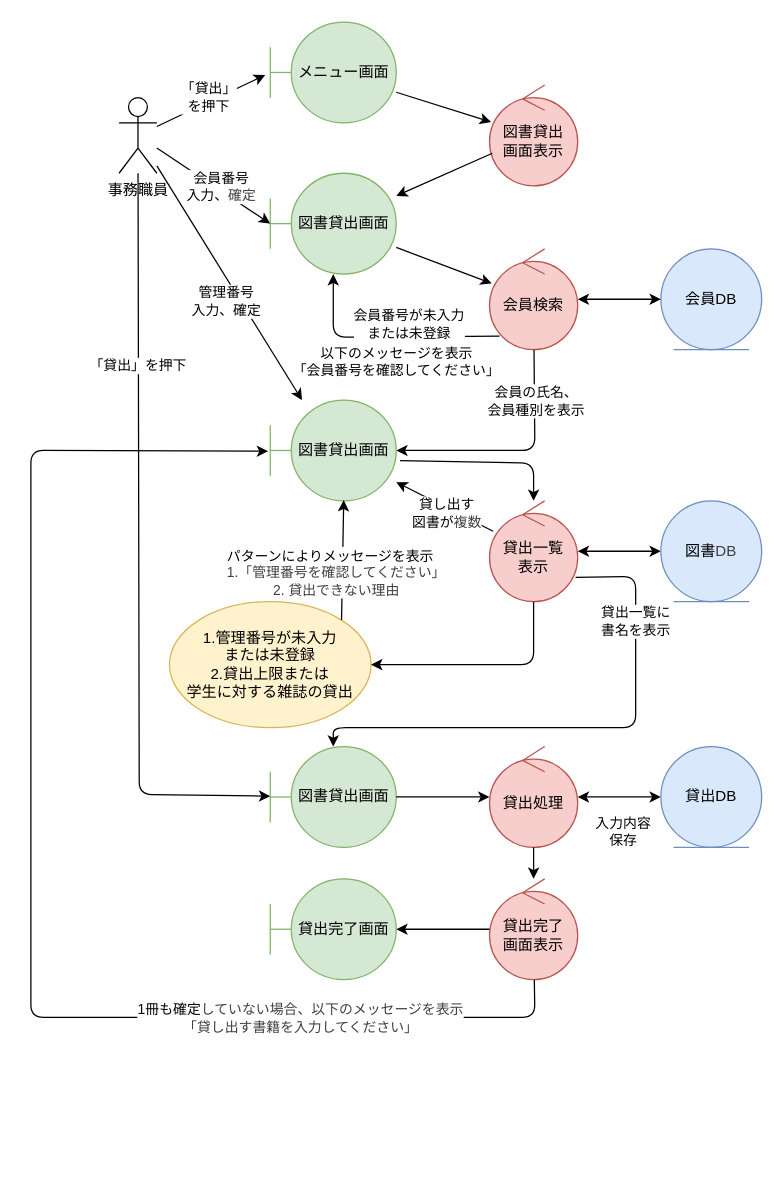
The draw.io diagram kouka2/analysis_rent.drawio in FujikawaHirono0520/group3_1_dogdog, before the edit. Source tidied: cells renumbered, new cells numbered last; positions are measured from the earlier drawing's top-left corner, leaving out a move shared by most shapes. Both pictures are drawn from the tidied source at 126%, with x=0, y=0 at pixel (30, 21).
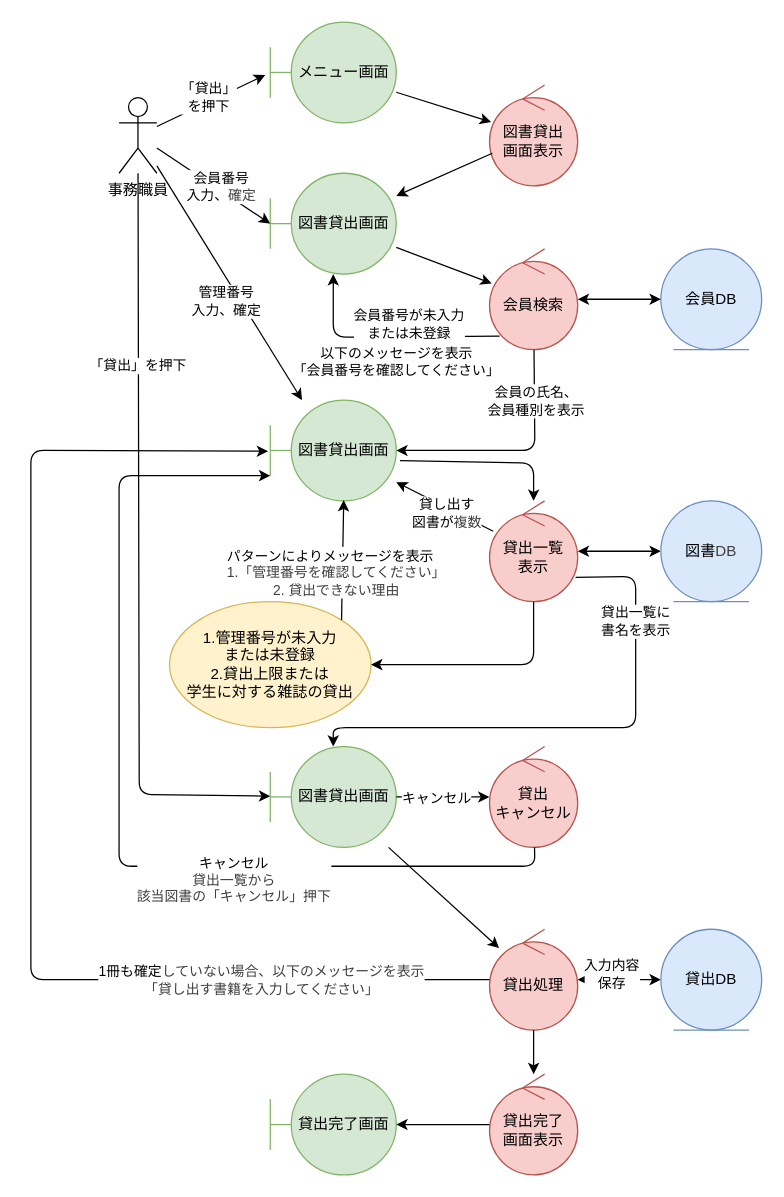
The same page after the edit.

The change refers to these unchanged cells:
```xml
<mxCell id="20" value="図書貸出画面" style="shape=umlBoundary;whiteSpace=wrap;html=1;fillColor=#d5e8d4;strokeColor=#82b366;" parent="1" vertex="1">
  <mxGeometry x="190" y="300" width="100" height="80" as="geometry" />
</mxCell>
<mxCell id="26" value="図書貸出画面" style="shape=umlBoundary;whiteSpace=wrap;html=1;fillColor=#d5e8d4;strokeColor=#82b366;" parent="1" vertex="1">
  <mxGeometry x="190" y="575" width="100" height="80" as="geometry" />
</mxCell>
```

The edit, as a diff of the source:
```diff
@@
     <mxCell id="29" value="貸出処理" style="ellipse;shape=umlControl;whiteSpace=wrap;html=1;fillColor=#f8cecc;strokeColor=#b85450;" parent="1" vertex="1">
-      <mxGeometry x="364" y="575" width="70" height="80" as="geometry" />
+      <mxGeometry x="364" y="720" width="70" height="80" as="geometry" />
     </mxCell>
@@
     <mxCell id="32" value="貸出完了画面" style="shape=umlBoundary;whiteSpace=wrap;html=1;fillColor=#d5e8d4;strokeColor=#82b366;" parent="1" vertex="1">
-      <mxGeometry x="190" y="680" width="100" height="80" as="geometry" />
+      <mxGeometry x="190" y="835" width="100" height="80" as="geometry" />
     </mxCell>
     <mxCell id="33" value="貸出完了&lt;div&gt;画面表示&lt;/div&gt;" style="ellipse;shape=umlControl;whiteSpace=wrap;html=1;fillColor=#f8cecc;strokeColor=#b85450;" parent="1" vertex="1">
-      <mxGeometry x="364" y="680" width="70" height="80" as="geometry" />
+      <mxGeometry x="364" y="835" width="70" height="80" as="geometry" />
     </mxCell>
@@
-    <mxCell id="40" style="endArrow=classic;html=1;entryX=-0.017;entryY=0.508;entryDx=0;entryDy=0;entryPerimeter=0;" parent="1" edge="1" source="33" target="20">
+    <mxCell id="40" style="endArrow=classic;html=1;entryX=-0.017;entryY=0.508;entryDx=0;entryDy=0;entryPerimeter=0;" parent="1" edge="1" source="29" target="20">
       <mxGeometry relative="1" as="geometry">
         <Array as="points">
-          <mxPoint x="400" y="790" />
-          <mxPoint y="790" />
+          <mxPoint x="300" y="760" />
+          <mxPoint y="760" />
           <mxPoint y="340" />
         </Array>
       </mxGeometry>
     </mxCell>
     <mxCell id="41" value="1冊も確定&lt;span style=&quot;color: rgb(63, 63, 63); background-color: light-dark(#ffffff, var(--ge-dark-color, #121212));&quot;&gt;していない場合、以下のメッセージを表示&lt;/span&gt;&lt;div&gt;&lt;span style=&quot;color: rgb(63, 63, 63); background-color: light-dark(#ffffff, var(--ge-dark-color, #121212));&quot;&gt;「貸し出す書籍を入力してください」&lt;/span&gt;&lt;/div&gt;" style="edgeLabel;html=1;align=center;verticalAlign=middle;" parent="40" vertex="1">
       <mxGeometry x="-0.76" y="3" relative="1" as="geometry">
-        <mxPoint x="-89" y="-3" as="offset" />
+        <mxPoint x="-65" y="-3" as="offset" />
       </mxGeometry>
     </mxCell>
     <mxCell id="42" value="&lt;span style=&quot;color: rgb(0, 0, 0);&quot;&gt;入力内容&lt;/span&gt;&lt;div&gt;&lt;span style=&quot;color: rgb(0, 0, 0);&quot;&gt;保存&lt;/span&gt;&lt;/div&gt;" style="edgeLabel;html=1;align=center;verticalAlign=middle;" parent="40" vertex="1">
       <mxGeometry x="-0.96" y="-2" relative="1" as="geometry">
-        <mxPoint x="72" y="-139" as="offset" />
+        <mxPoint x="115" y="-3" as="offset" />
       </mxGeometry>
     </mxCell>
@@
     <mxCell id="48" value="貸出DB" style="ellipse;shape=umlEntity;whiteSpace=wrap;html=1;fillColor=#dae8fc;strokeColor=#6c8ebf;" parent="1" vertex="1">
-      <mxGeometry x="500" y="575" width="80" height="80" as="geometry" />
+      <mxGeometry x="500" y="720" width="80" height="80" as="geometry" />
     </mxCell>
@@
+    <mxCell id="50" value="貸出&lt;div&gt;キャンセル&lt;/div&gt;" style="ellipse;shape=umlControl;whiteSpace=wrap;html=1;fillColor=#f8cecc;strokeColor=#b85450;" parent="1" vertex="1">
+      <mxGeometry x="364" y="575" width="70" height="80" as="geometry" />
+    </mxCell>
+    <mxCell id="51" style="endArrow=classic;html=1;" parent="1" edge="1" source="26" target="50">
+      <mxGeometry relative="1" as="geometry" />
+    </mxCell>
+    <mxCell id="52" value="キャンセル" style="edgeLabel;html=1;align=center;verticalAlign=middle;" parent="51" vertex="1">
+      <mxGeometry x="-0.39" y="4" relative="1" as="geometry">
+        <mxPoint x="8" y="4" as="offset" />
+      </mxGeometry>
+    </mxCell>
+    <mxCell id="53" style="endArrow=classic;html=1;entryX=0;entryY=0.75;entryDx=0;entryDy=0;entryPerimeter=0;" parent="1" edge="1" source="50" target="20">
+      <mxGeometry relative="1" as="geometry">
+        <Array as="points">
+          <mxPoint x="400" y="670" />
+          <mxPoint x="70" y="670" />
+          <mxPoint x="70" y="360" />
+        </Array>
+      </mxGeometry>
+    </mxCell>
+    <mxCell id="54" value="&lt;span style=&quot;color: rgb(0, 0, 0);&quot;&gt;キャンセル&lt;/span&gt;&lt;div style=&quot;color: rgb(63, 63, 63); scrollbar-color: rgb(226, 226, 226) rgb(251, 251, 251);&quot;&gt;貸出一覧から&lt;/div&gt;&lt;div style=&quot;color: rgb(63, 63, 63); scrollbar-color: rgb(226, 226, 226) rgb(251, 251, 251);&quot;&gt;該当図書の「キャンセル」押下&lt;/div&gt;" style="edgeLabel;html=1;align=center;verticalAlign=middle;" parent="53" vertex="1">
+      <mxGeometry x="-0.4" relative="1" as="geometry">
+        <mxPoint x="-22" y="10" as="offset" />
+      </mxGeometry>
+    </mxCell>
```
